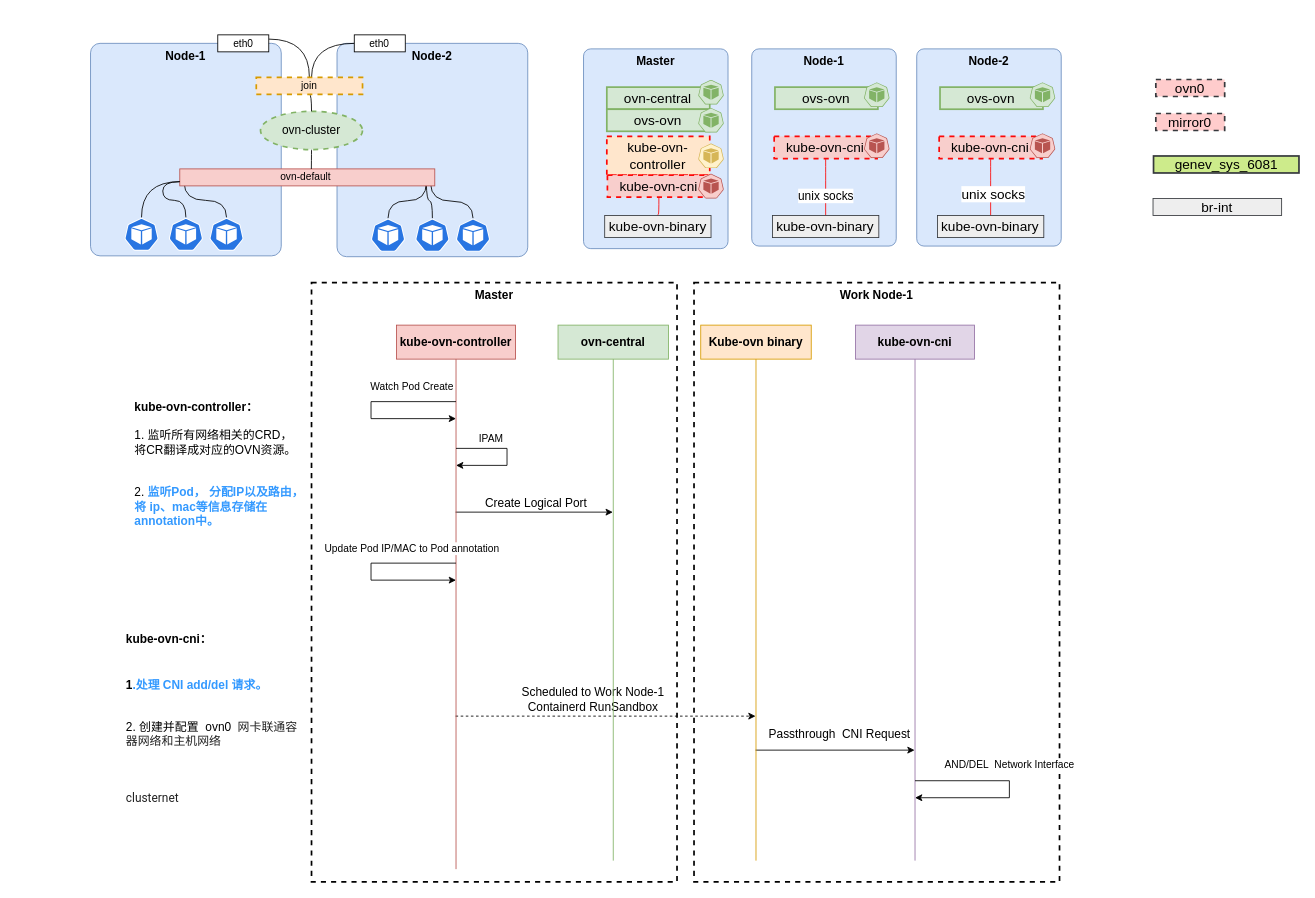
This is page "ovn" (11 of 11) of doc/clusternet_cni.drawio from HydraCNI/Hydra, a draw.io file, before an edit. Source tidied: cells renumbered, new cells numbered last; positions are measured from the earlier drawing's top-left corner, leaving out a move shared by most shapes. Both pictures are drawn from the tidied source at 85%, with x=0, y=0 at pixel (90, 34).
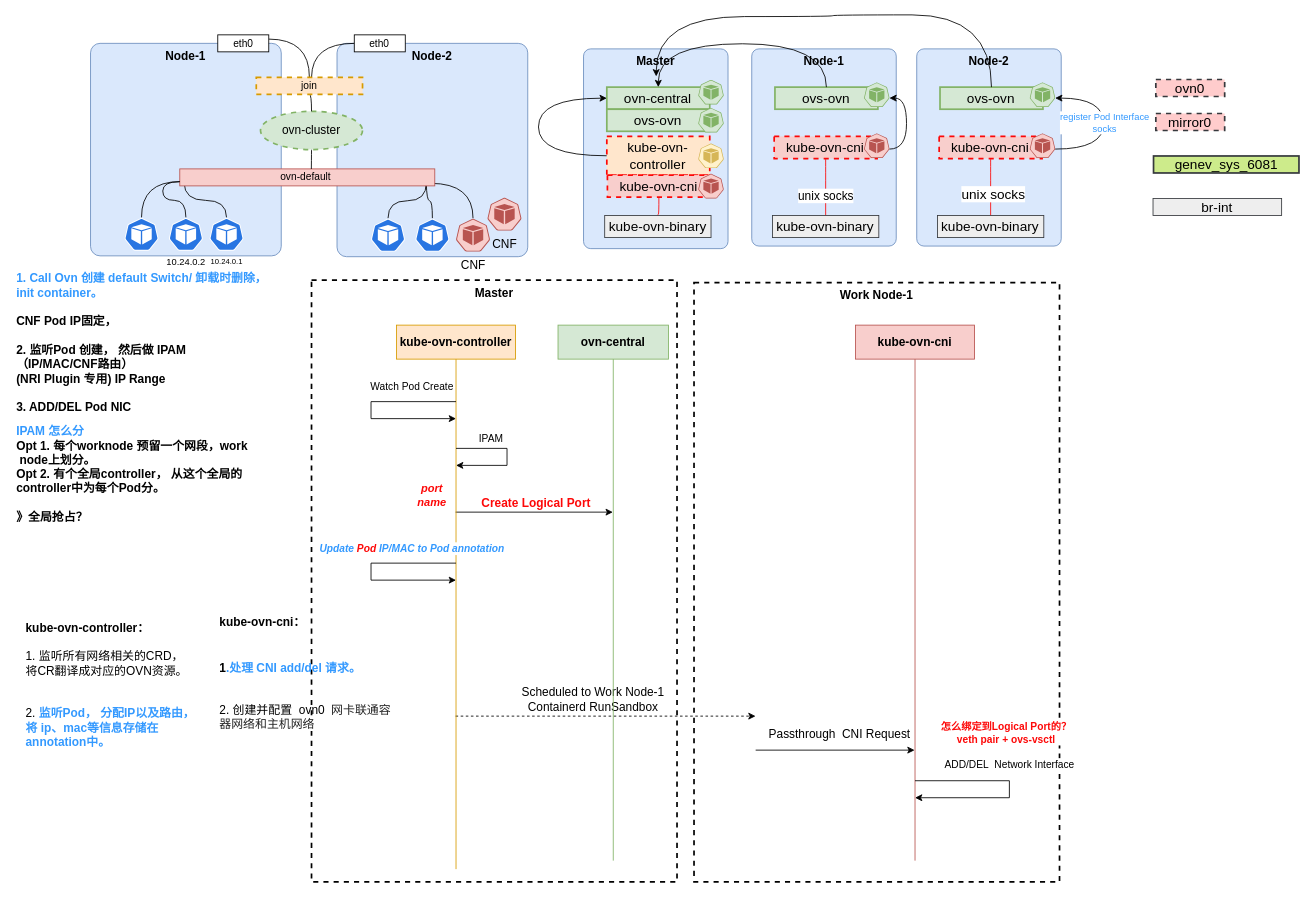
Above is the later version.

The change refers to these unchanged cells:
```xml
<mxCell id="13" style="edgeStyle=orthogonalEdgeStyle;rounded=0;jettySize=auto;html=1;fontSize=14;" parent="1" edge="1" source="16" target="59">
  <mxGeometry relative="1" as="geometry">
    <Array as="points">
      <mxPoint x="530" y="562" />
      <mxPoint x="530" y="562" />
    </Array>
  </mxGeometry>
</mxCell>
<mxCell id="25" style="edgeStyle=orthogonalEdgeStyle;rounded=0;orthogonalLoop=1;jettySize=auto;html=1;fontSize=12;" parent="24" edge="1">
  <mxGeometry relative="1" as="geometry">
    <mxPoint x="70" y="536" as="sourcePoint" />
    <mxPoint x="70" y="556" as="targetPoint" />
    <Array as="points">
      <mxPoint x="181" y="536" />
      <mxPoint x="181" y="556" />
    </Array>
  </mxGeometry>
</mxCell>
<mxCell id="28" value="ovs-ovn" style="rounded=0;whiteSpace=wrap;html=1;strokeColor=#82b366;strokeWidth=2;fontSize=16;fillColor=#d5e8d4;" parent="1" vertex="1">
  <mxGeometry x="999.4" y="62" width="121.1" height="26" as="geometry" />
</mxCell>
<mxCell id="34" value="ovs-ovn" style="rounded=0;whiteSpace=wrap;html=1;strokeColor=#82b366;strokeWidth=2;fontSize=16;fillColor=#d5e8d4;" parent="1" vertex="1">
  <mxGeometry x="805.2" y="62" width="121.1" height="26" as="geometry" />
</mxCell>
<mxCell id="40" value="ovn-central" style="rounded=0;whiteSpace=wrap;html=1;strokeColor=#82b366;strokeWidth=2;fontSize=16;fillColor=#d5e8d4;" parent="1" vertex="1">
  <mxGeometry x="607.4" y="62" width="121.1" height="26" as="geometry" />
</mxCell>
<mxCell id="41" value="kube-ovn-controller" style="rounded=0;whiteSpace=wrap;html=1;strokeColor=#FD0808;strokeWidth=2;fontSize=16;fillColor=#ffe6cc;dashed=1;" parent="1" vertex="1">
  <mxGeometry x="607.4" y="120" width="121.1" height="45.5" as="geometry" />
</mxCell>
<mxCell id="54" style="sketch=0;html=1;dashed=0;whitespace=wrap;fillColor=#f8cecc;strokeColor=#b85450;points=[[0.005,0.63,0],[0.1,0.2,0],[0.9,0.2,0],[0.5,0,0],[0.995,0.63,0],[0.72,0.99,0],[0.5,1,0],[0.28,0.99,0]];verticalLabelPosition=bottom;align=center;verticalAlign=top;shape=mxgraph.kubernetes.icon;prIcon=pod;fontSize=14;" parent="1" vertex="1">
  <mxGeometry x="910" y="116" width="30" height="30" as="geometry" />
</mxCell>
<mxCell id="55" style="sketch=0;html=1;dashed=0;whitespace=wrap;fillColor=#f8cecc;strokeColor=#b85450;points=[[0.005,0.63,0],[0.1,0.2,0],[0.9,0.2,0],[0.5,0,0],[0.995,0.63,0],[0.72,0.99,0],[0.5,1,0],[0.28,0.99,0]];verticalLabelPosition=bottom;align=center;verticalAlign=top;shape=mxgraph.kubernetes.icon;prIcon=pod;fontSize=14;" parent="1" vertex="1">
  <mxGeometry x="1105" y="116" width="30" height="30" as="geometry" />
</mxCell>
<mxCell id="56" style="sketch=0;html=1;dashed=0;whitespace=wrap;fillColor=#d5e8d4;strokeColor=#82b366;points=[[0.005,0.63,0],[0.1,0.2,0],[0.9,0.2,0],[0.5,0,0],[0.995,0.63,0],[0.72,0.99,0],[0.5,1,0],[0.28,0.99,0]];verticalLabelPosition=bottom;align=center;verticalAlign=top;shape=mxgraph.kubernetes.icon;prIcon=pod;fontSize=14;" parent="1" vertex="1">
  <mxGeometry x="910" y="56" width="30" height="30" as="geometry" />
</mxCell>
<mxCell id="57" style="sketch=0;html=1;dashed=0;whitespace=wrap;fillColor=#d5e8d4;strokeColor=#82b366;points=[[0.005,0.63,0],[0.1,0.2,0],[0.9,0.2,0],[0.5,0,0],[0.995,0.63,0],[0.72,0.99,0],[0.5,1,0],[0.28,0.99,0]];verticalLabelPosition=bottom;align=center;verticalAlign=top;shape=mxgraph.kubernetes.icon;prIcon=pod;fontSize=14;" parent="1" vertex="1">
  <mxGeometry x="1105" y="56" width="30" height="30" as="geometry" />
</mxCell>
<mxCell id="60" style="edgeStyle=orthogonalEdgeStyle;rounded=0;orthogonalLoop=1;jettySize=auto;html=1;fontSize=12;" parent="1" edge="1">
  <mxGeometry relative="1" as="geometry">
    <mxPoint x="430" y="622" as="sourcePoint" />
    <mxPoint x="430" y="642" as="targetPoint" />
    <Array as="points">
      <mxPoint x="330" y="622" />
      <mxPoint x="330" y="642" />
    </Array>
  </mxGeometry>
</mxCell>
```

Diff of the diagram source:
```diff
@@
     <mxCell id="3" style="edgeStyle=orthogonalEdgeStyle;curved=1;rounded=0;jettySize=auto;html=1;exitX=0.5;exitY=0;exitDx=0;exitDy=0;exitPerimeter=0;strokeWidth=1;fontSize=14;fontColor=#3399FF;endArrow=none;endFill=0;elbow=vertical;" parent="1" edge="1" source="4">
       <mxGeometry relative="1" as="geometry">
         <mxPoint x="400" y="175.2" as="targetPoint" />
+        <Array as="points">
+          <mxPoint x="450" y="175" />
+        </Array>
       </mxGeometry>
     </mxCell>
-    <mxCell id="4" style="sketch=0;html=1;dashed=0;whitespace=wrap;fillColor=#2875E2;strokeColor=#ffffff;points=[[0.005,0.63,0],[0.1,0.2,0],[0.9,0.2,0],[0.5,0,0],[0.995,0.63,0],[0.72,0.99,0],[0.5,1,0],[0.28,0.99,0]];verticalLabelPosition=bottom;align=center;verticalAlign=top;shape=mxgraph.kubernetes.icon;prIcon=pod;fontSize=14;" parent="1" vertex="1">
+    <mxCell id="4" value="CNF" style="sketch=0;html=1;dashed=0;whitespace=wrap;fillColor=#f8cecc;strokeColor=#b85450;points=[[0.005,0.63,0],[0.1,0.2,0],[0.9,0.2,0],[0.5,0,0],[0.995,0.63,0],[0.72,0.99,0],[0.5,1,0],[0.28,0.99,0]];verticalLabelPosition=bottom;align=center;verticalAlign=top;shape=mxgraph.kubernetes.icon;prIcon=pod;fontSize=14;" parent="1" vertex="1">
       <mxGeometry x="430" y="216.2" width="40" height="40" as="geometry" />
     </mxCell>
@@
     <mxCell id="12" value="Master" style="rounded=0;whiteSpace=wrap;html=1;fontSize=14;verticalAlign=top;fontStyle=1;dashed=1;strokeWidth=2;fillColor=none;" parent="1" vertex="1">
-      <mxGeometry x="260" y="292" width="430" height="705" as="geometry" />
+      <mxGeometry x="260" y="289" width="430" height="708" as="geometry" />
     </mxCell>
@@
-    <mxCell id="14" value="Create Logical Port" style="edgeLabel;html=1;align=center;verticalAlign=bottom;fontSize=14;" parent="13" vertex="1">
+    <mxCell id="14" value="Create Logical Port" style="edgeLabel;html=1;align=center;verticalAlign=bottom;fontSize=14;fontStyle=1;fontColor=#FD0808;" parent="13" vertex="1">
       <mxGeometry x="0.02" y="-2" relative="1" as="geometry">
         <mxPoint y="-2" as="offset" />
       </mxGeometry>
     </mxCell>
-    <mxCell id="15" value="Scheduled to Work Node-1&lt;br&gt;Containerd RunSandbox" style="edgeStyle=orthogonalEdgeStyle;rounded=0;jettySize=auto;html=1;fontSize=14;dashed=1;" parent="1" edge="1" source="16" target="23">
+    <mxCell id="15" value="Scheduled to Work Node-1&lt;br&gt;Containerd RunSandbox" style="edgeStyle=orthogonalEdgeStyle;rounded=0;jettySize=auto;html=1;fontSize=14;dashed=1;" parent="1" edge="1" source="16">
       <mxGeometry x="-0.09" y="20" relative="1" as="geometry">
+        <mxPoint x="782.4" y="802" as="targetPoint" />
         <Array as="points">
           <mxPoint x="580" y="802" />
           <mxPoint x="580" y="802" />
         </Array>
       </mxGeometry>
     </mxCell>
-    <mxCell id="16" value="kube-ovn-controller" style="shape=umlLifeline;perimeter=lifelinePerimeter;whiteSpace=wrap;html=1;outlineConnect=0;lifelineDashed=0;fillColor=#f8cecc;strokeColor=#b85450;fontStyle=1;fontSize=14;" parent="1" vertex="1">
+    <mxCell id="16" value="kube-ovn-controller" style="shape=umlLifeline;perimeter=lifelinePerimeter;whiteSpace=wrap;html=1;outlineConnect=0;lifelineDashed=0;fillColor=#ffe6cc;strokeColor=#d79b00;fontStyle=1;fontSize=14;" parent="1" vertex="1">
       <mxGeometry x="360" y="342" width="140" height="640" as="geometry" />
     </mxCell>
@@
+    <mxCell id="77" value="&lt;i&gt;&lt;b&gt;&lt;font style=&quot;font-size: 13px;&quot;&gt;port name&lt;/font&gt;&lt;/b&gt;&lt;/i&gt;" style="text;html=1;strokeColor=none;fillColor=none;align=center;verticalAlign=middle;whiteSpace=wrap;rounded=0;fontSize=11;fontColor=#FD0808;" parent="16" vertex="1">
+      <mxGeometry x="12" y="185" width="60" height="30" as="geometry" />
+    </mxCell>
-    <mxCell id="21" style="edgeStyle=orthogonalEdgeStyle;rounded=0;jettySize=auto;html=1;fontSize=14;strokeWidth=1;" parent="1" edge="1" source="23" target="24">
+    <mxCell id="21" style="edgeStyle=orthogonalEdgeStyle;rounded=0;jettySize=auto;html=1;fontSize=14;strokeWidth=1;" parent="1" edge="1" target="24">
       <mxGeometry relative="1" as="geometry">
+        <mxPoint x="782.5" y="842" as="sourcePoint" />
         <Array as="points">
           <mxPoint x="850" y="842" />
           <mxPoint x="850" y="842" />
         </Array>
       </mxGeometry>
     </mxCell>
@@
-    <mxCell id="23" value="Kube-ovn binary" style="shape=umlLifeline;perimeter=lifelinePerimeter;whiteSpace=wrap;html=1;outlineConnect=0;lifelineDashed=0;fillColor=#ffe6cc;strokeColor=#d79b00;fontStyle=1;fontSize=14;" parent="1" vertex="1">
-      <mxGeometry x="717.9" y="342" width="130" height="630" as="geometry" />
-    </mxCell>
-    <mxCell id="24" value="kube-ovn-cni" style="shape=umlLifeline;perimeter=lifelinePerimeter;whiteSpace=wrap;html=1;outlineConnect=0;lifelineDashed=0;fillColor=#e1d5e7;strokeColor=#9673a6;fontStyle=1;fontSize=14;" parent="1" vertex="1">
+    <mxCell id="24" value="kube-ovn-cni" style="shape=umlLifeline;perimeter=lifelinePerimeter;whiteSpace=wrap;html=1;outlineConnect=0;lifelineDashed=0;fillColor=#f8cecc;strokeColor=#b85450;fontStyle=1;fontSize=14;" parent="1" vertex="1">
       <mxGeometry x="900" y="342" width="140" height="630" as="geometry" />
     </mxCell>
@@
-    <mxCell id="26" value="AND/DEL&amp;nbsp; Network Interface" style="edgeLabel;html=1;align=center;verticalAlign=middle;fontSize=12;" parent="25" vertex="1">
+    <mxCell id="26" value="ADD/DEL&amp;nbsp; Network Interface" style="edgeLabel;html=1;align=center;verticalAlign=middle;fontSize=12;" parent="25" vertex="1">
       <mxGeometry x="-0.12" y="-4" relative="1" as="geometry">
         <mxPoint x="4" y="-24" as="offset" />
       </mxGeometry>
     </mxCell>
@@
+    <mxCell id="78" style="edgeStyle=orthogonalEdgeStyle;curved=1;rounded=0;jettySize=auto;html=1;exitX=0;exitY=0.5;exitDx=0;exitDy=0;entryX=0;entryY=0.5;entryDx=0;entryDy=0;fontSize=11;fontColor=#3399FF;" parent="1" edge="1" source="41" target="40">
+      <mxGeometry relative="1" as="geometry">
+        <Array as="points">
+          <mxPoint x="527" y="143" />
+          <mxPoint x="527" y="75" />
+        </Array>
+      </mxGeometry>
+    </mxCell>
@@
+    <mxCell id="79" style="edgeStyle=orthogonalEdgeStyle;curved=1;rounded=0;jettySize=auto;html=1;exitX=0.995;exitY=0.63;exitDx=0;exitDy=0;exitPerimeter=0;entryX=0.995;entryY=0.63;entryDx=0;entryDy=0;entryPerimeter=0;fontSize=11;fontColor=#3399FF;" parent="1" edge="1" source="54" target="56">
+      <mxGeometry relative="1" as="geometry" />
+    </mxCell>
@@
+    <mxCell id="80" style="edgeStyle=orthogonalEdgeStyle;curved=1;rounded=0;jettySize=auto;html=1;exitX=0.995;exitY=0.63;exitDx=0;exitDy=0;exitPerimeter=0;entryX=0.995;entryY=0.63;entryDx=0;entryDy=0;entryPerimeter=0;fontSize=11;fontColor=#3399FF;" parent="1" edge="1" source="55" target="57">
+      <mxGeometry relative="1" as="geometry">
+        <Array as="points">
+          <mxPoint x="1192" y="135" />
+          <mxPoint x="1192" y="75" />
+        </Array>
+      </mxGeometry>
+    </mxCell>
+    <mxCell id="81" value="register Pod Interface&lt;br&gt;socks" style="edgeLabel;html=1;align=center;verticalAlign=middle;fontSize=11;fontColor=#3399FF;" parent="80" vertex="1">
+      <mxGeometry x="0.02" relative="1" as="geometry" />
+    </mxCell>
@@
     <mxCell id="58" value="&lt;div style=&quot;&quot;&gt;&lt;span style=&quot;background-color: initial;&quot;&gt;&lt;b&gt;&lt;br&gt;&lt;/b&gt;&lt;/span&gt;&lt;/div&gt;&lt;b&gt;kube-ovn-controller：&lt;/b&gt;&lt;br&gt;&lt;br&gt;&lt;div style=&quot;&quot;&gt;&lt;span style=&quot;background-color: initial;&quot;&gt;1. 监听所有网络相关的CRD，&lt;/span&gt;&lt;/div&gt;将CR翻译成对应的OVN资源。&lt;br&gt;&lt;br&gt;&lt;br&gt;2. &lt;b&gt;&lt;font color=&quot;#3399ff&quot;&gt;监听Pod， 分配IP以及路由，将 ip、mac等信息存储在annotation中。&lt;/font&gt;&lt;/b&gt;" style="text;html=1;strokeColor=none;fillColor=none;align=left;verticalAlign=middle;whiteSpace=wrap;rounded=0;fontSize=14;" parent="1" vertex="1">
-      <mxGeometry x="50" y="372" width="210" height="250" as="geometry" />
+      <mxGeometry x="-77.8" y="632" width="210" height="250" as="geometry" />
     </mxCell>
@@
-    <mxCell id="61" value="Update Pod IP/MAC to Pod annotation" style="edgeLabel;html=1;align=center;verticalAlign=middle;fontSize=12;" parent="60" vertex="1">
+    <mxCell id="61" value="Update &lt;font color=&quot;#fd0808&quot;&gt;Pod&lt;/font&gt; IP/MAC to Pod annotation" style="edgeLabel;html=1;align=center;verticalAlign=middle;fontSize=12;fontStyle=3;fontColor=#3399FF;" parent="60" vertex="1">
       <mxGeometry x="-0.12" y="-4" relative="1" as="geometry">
         <mxPoint x="44" y="-14" as="offset" />
       </mxGeometry>
     </mxCell>
-    <mxCell id="62" value="&lt;div style=&quot;&quot;&gt;&lt;span style=&quot;background-color: initial;&quot;&gt;&lt;b&gt;&lt;br&gt;&lt;/b&gt;&lt;/span&gt;&lt;/div&gt;&lt;b&gt;kube-ovn-cni：&lt;/b&gt;&lt;br&gt;&lt;br&gt;&lt;div style=&quot;font-size: 16px;&quot;&gt;&lt;span style=&quot;background-color: initial;&quot;&gt;&amp;nbsp;&lt;/span&gt;&lt;/div&gt;&lt;font style=&quot;font-size: 14px;&quot;&gt;&lt;b&gt;1&lt;/b&gt;&lt;font color=&quot;#3399ff&quot;&gt;&lt;b&gt;.处理 CNI add/del 请求。&lt;/b&gt;&lt;br&gt;&lt;/font&gt;&lt;br&gt;&lt;br&gt;2.&amp;nbsp;创建并配置&amp;nbsp;&lt;code style=&quot;box-sizing: inherit; color: var(--md-code-fg-color); font-feature-settings: &amp;quot;kern&amp;quot;; font-family: var(--md-code-font-family); direction: ltr; background-color: var(--md-code-bg-color); border-radius: 0.1rem; -webkit-box-decoration-break: clone; padding: 0px 0.294118em; word-break: break-word; -webkit-tap-highlight-color: transparent; outline: none;&quot;&gt;ovn0&lt;/code&gt;&lt;span style=&quot;color: rgba(0, 0, 0, 0.87); font-family: Roboto, -apple-system, &amp;quot;system-ui&amp;quot;, Helvetica, Arial, sans-serif; background-color: rgb(255, 255, 255);&quot;&gt;&amp;nbsp;网卡联通容器网络和主机网络&lt;br&gt;&lt;br&gt;&lt;br&gt;&lt;br&gt;clusternet&lt;br&gt;&lt;/span&gt;&lt;/font&gt;" style="text;html=1;strokeColor=none;fillColor=none;align=left;verticalAlign=middle;whiteSpace=wrap;rounded=0;fontSize=14;" parent="1" vertex="1">
-      <mxGeometry x="40" y="672" width="210" height="250" as="geometry" />
+    <mxCell id="62" value="&lt;div style=&quot;&quot;&gt;&lt;span style=&quot;background-color: initial;&quot;&gt;&lt;b&gt;&lt;br&gt;&lt;/b&gt;&lt;/span&gt;&lt;/div&gt;&lt;b&gt;kube-ovn-cni：&lt;/b&gt;&lt;br&gt;&lt;br&gt;&lt;div style=&quot;font-size: 16px;&quot;&gt;&lt;span style=&quot;background-color: initial;&quot;&gt;&amp;nbsp;&lt;/span&gt;&lt;/div&gt;&lt;font style=&quot;font-size: 14px;&quot;&gt;&lt;b&gt;1&lt;/b&gt;&lt;font color=&quot;#3399ff&quot;&gt;&lt;b&gt;.处理 CNI add/del 请求。&lt;/b&gt;&lt;br&gt;&lt;/font&gt;&lt;br&gt;&lt;br&gt;2.&amp;nbsp;创建并配置&amp;nbsp;&lt;code style=&quot;box-sizing: inherit; color: var(--md-code-fg-color); font-feature-settings: &amp;quot;kern&amp;quot;; font-family: var(--md-code-font-family); direction: ltr; background-color: var(--md-code-bg-color); border-radius: 0.1rem; -webkit-box-decoration-break: clone; padding: 0px 0.294118em; word-break: break-word; -webkit-tap-highlight-color: transparent; outline: none;&quot;&gt;ovn0&lt;/code&gt;&lt;span style=&quot;color: rgba(0, 0, 0, 0.87); font-family: Roboto, -apple-system, &amp;quot;system-ui&amp;quot;, Helvetica, Arial, sans-serif; background-color: rgb(255, 255, 255);&quot;&gt;&amp;nbsp;网卡联通容器网络和主机网络&lt;br&gt;&lt;br&gt;&lt;br&gt;&lt;br&gt;&lt;br&gt;&lt;/span&gt;&lt;/font&gt;" style="text;html=1;strokeColor=none;fillColor=none;align=left;verticalAlign=middle;whiteSpace=wrap;rounded=0;fontSize=14;" parent="1" vertex="1">
+      <mxGeometry x="149.7" y="652" width="210" height="250" as="geometry" />
     </mxCell>
@@
-    <mxCell id="65" style="sketch=0;html=1;dashed=0;whitespace=wrap;fillColor=#2875E2;strokeColor=#ffffff;points=[[0.005,0.63,0],[0.1,0.2,0],[0.9,0.2,0],[0.5,0,0],[0.995,0.63,0],[0.72,0.99,0],[0.5,1,0],[0.28,0.99,0]];verticalLabelPosition=bottom;align=center;verticalAlign=top;shape=mxgraph.kubernetes.icon;prIcon=pod;fontSize=14;" parent="1" vertex="1">
+    <mxCell id="65" value="10.24.0.1" style="sketch=0;html=1;dashed=0;whitespace=wrap;fillColor=#2875E2;strokeColor=#ffffff;points=[[0.005,0.63,0],[0.1,0.2,0],[0.9,0.2,0],[0.5,0,0],[0.995,0.63,0],[0.72,0.99,0],[0.5,1,0],[0.28,0.99,0]];verticalLabelPosition=bottom;align=center;verticalAlign=top;shape=mxgraph.kubernetes.icon;prIcon=pod;fontSize=9;" parent="1" vertex="1">
       <mxGeometry x="140" y="215.2" width="40" height="40" as="geometry" />
     </mxCell>
@@
-    <mxCell id="70" style="sketch=0;html=1;dashed=0;whitespace=wrap;fillColor=#2875E2;strokeColor=#ffffff;points=[[0.005,0.63,0],[0.1,0.2,0],[0.9,0.2,0],[0.5,0,0],[0.995,0.63,0],[0.72,0.99,0],[0.5,1,0],[0.28,0.99,0]];verticalLabelPosition=bottom;align=center;verticalAlign=top;shape=mxgraph.kubernetes.icon;prIcon=pod;fontSize=14;" parent="1" vertex="1">
+    <mxCell id="70" value="10.24.0.2" style="sketch=0;html=1;dashed=0;whitespace=wrap;fillColor=#2875E2;strokeColor=#ffffff;points=[[0.005,0.63,0],[0.1,0.2,0],[0.9,0.2,0],[0.5,0,0],[0.995,0.63,0],[0.72,0.99,0],[0.5,1,0],[0.28,0.99,0]];verticalLabelPosition=bottom;align=center;verticalAlign=top;shape=mxgraph.kubernetes.icon;prIcon=pod;fontSize=11;" parent="1" vertex="1">
       <mxGeometry x="92.2" y="215.2" width="40" height="40" as="geometry" />
     </mxCell>
@@
+    <mxCell id="82" value="&lt;div style=&quot;&quot;&gt;&lt;/div&gt;&lt;b&gt;&lt;font color=&quot;#3399ff&quot;&gt;1. Call Ovn 创建 default Switch/ 卸载时删除， init container。&lt;br&gt;&lt;/font&gt;&lt;br&gt;CNF Pod IP固定，&amp;nbsp;&lt;br&gt;&lt;br&gt;2. 监听Pod 创建， 然后做 IPAM &lt;br&gt;（IP/MAC/CNF路由）&lt;br&gt;(NRI Plugin 专用) IP Range&amp;nbsp;&lt;br&gt;&lt;br&gt;3. ADD/DEL Pod NIC&lt;br&gt;&lt;/b&gt;" style="text;html=1;strokeColor=none;fillColor=none;align=left;verticalAlign=top;whiteSpace=wrap;rounded=0;fontSize=14;" parent="1" vertex="1">
+      <mxGeometry x="-88.8" y="272" width="298.4" height="190" as="geometry" />
+    </mxCell>
+    <mxCell id="83" value="&lt;div style=&quot;&quot;&gt;&lt;/div&gt;&lt;b&gt;&lt;font color=&quot;#3399ff&quot;&gt;IPAM 怎么分&lt;br&gt;&lt;/font&gt;Opt 1. 每个worknode 预留一个网段，work&lt;br&gt;&amp;nbsp;node上划分。&lt;br&gt;Opt 2. 有个全局controller， 从这个全局的controller中为每个Pod分。&lt;br&gt;&lt;br&gt;》全局抢占？&lt;br&gt;&lt;/b&gt;" style="text;html=1;strokeColor=none;fillColor=none;align=left;verticalAlign=top;whiteSpace=wrap;rounded=0;fontSize=14;" parent="1" vertex="1">
+      <mxGeometry x="-89.2" y="452" width="298.4" height="190" as="geometry" />
+    </mxCell>
+    <mxCell id="84" value="怎么绑定到Logical Port的？&lt;br&gt;veth pair + ovs-vsctl" style="edgeLabel;html=1;align=center;verticalAlign=middle;fontSize=12;fontColor=#FD0808;fontStyle=1;" parent="1" vertex="1">
+      <mxGeometry x="1076" y="821" as="geometry" />
+    </mxCell>
+    <mxCell id="85" style="edgeStyle=orthogonalEdgeStyle;curved=1;rounded=0;jettySize=auto;html=1;exitX=0.5;exitY=0;exitDx=0;exitDy=0;entryX=0.5;entryY=0;entryDx=0;entryDy=0;fontSize=11;fontColor=#3399FF;" parent="1" edge="1" source="34" target="40">
+      <mxGeometry relative="1" as="geometry">
+        <Array as="points">
+          <mxPoint x="866" y="11" />
+          <mxPoint x="668" y="11" />
+        </Array>
+      </mxGeometry>
+    </mxCell>
+    <mxCell id="86" style="edgeStyle=orthogonalEdgeStyle;curved=1;rounded=0;jettySize=auto;html=1;exitX=0.5;exitY=0;exitDx=0;exitDy=0;fontSize=11;fontColor=#3399FF;" parent="1" edge="1" source="28">
+      <mxGeometry relative="1" as="geometry">
+        <mxPoint x="665.5" y="49.4" as="targetPoint" />
+        <Array as="points">
+          <mxPoint x="1060" y="-23" />
+          <mxPoint x="873" y="-23" />
+          <mxPoint x="873" y="-21" />
+          <mxPoint x="666" y="-21" />
+        </Array>
+      </mxGeometry>
+    </mxCell>
+    <mxCell id="87" value="CNF" style="sketch=0;html=1;dashed=0;whitespace=wrap;fillColor=#f8cecc;strokeColor=#b85450;verticalLabelPosition=bottom;align=center;verticalAlign=top;shape=mxgraph.kubernetes.icon;prIcon=pod;fontSize=14;" parent="1" vertex="1">
+      <mxGeometry x="467" y="191.5" width="40" height="40" as="geometry" />
+    </mxCell>
```
